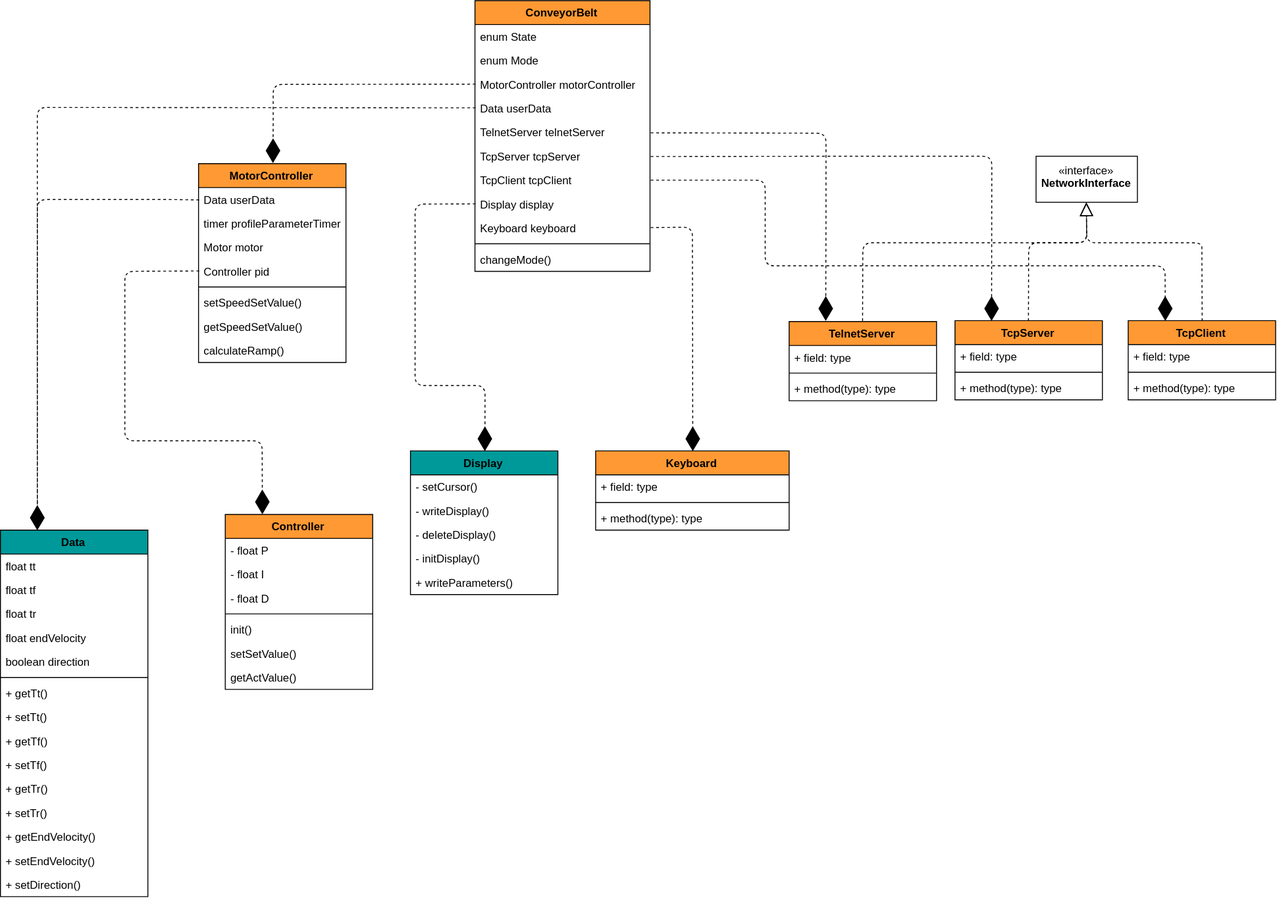
nicolai-schwartze/EBS2_Conveyer_Belt keeps this draw.io diagram as Documentation/UML Diagrams/classDiagram/ClassDiagram.svg. Above is the earlier version. Source tidied: cells renumbered, new cells last; positions are measured from the earlier drawing's top-left corner, leaving out a move shared by most shapes.
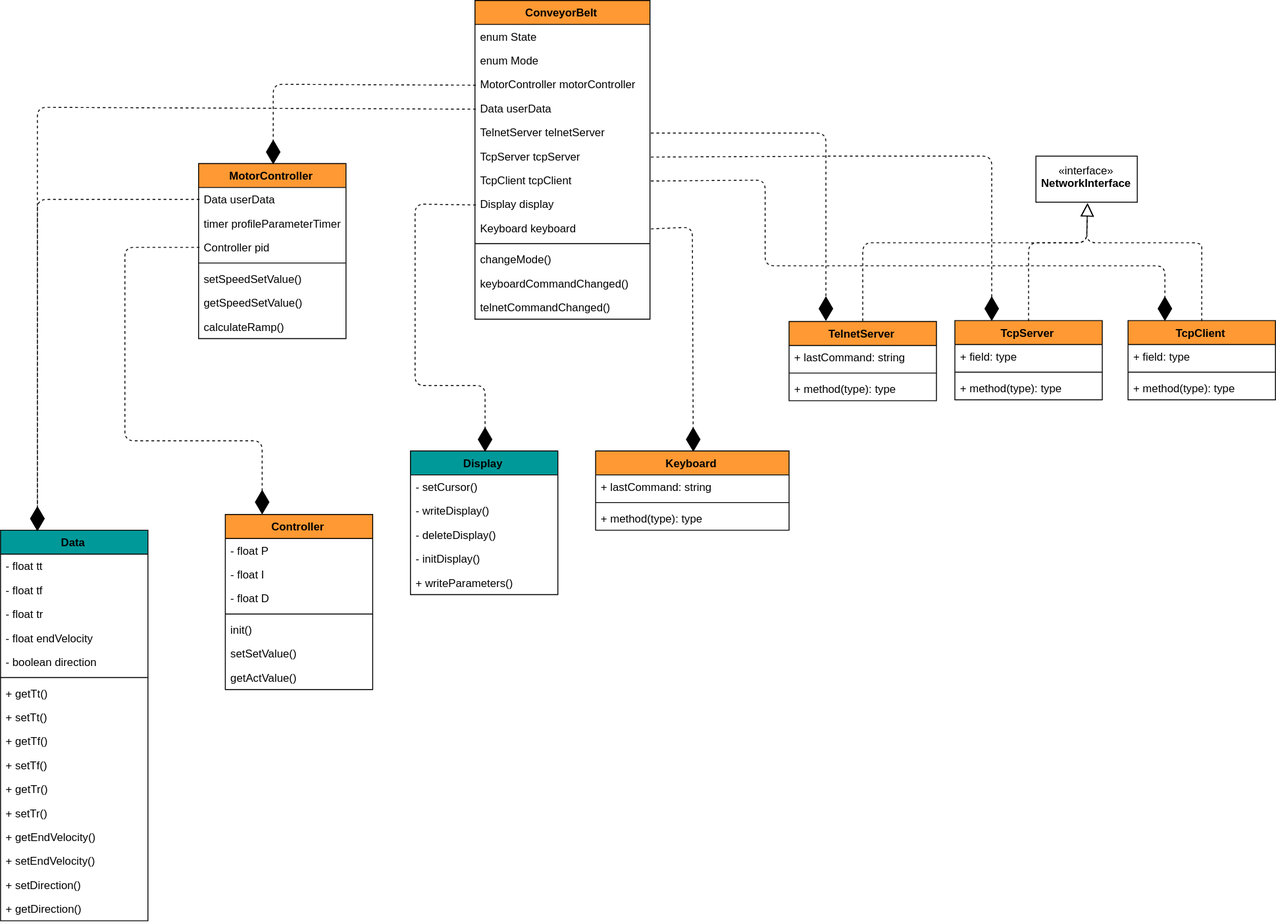
The same file after the commit.

What changed in the source:
```diff
@@ -3,7 +3,7 @@
     <mxCell id="0" />
     <mxCell id="1" parent="0" />
     <mxCell id="2" value="MotorController" style="swimlane;fontStyle=1;align=center;verticalAlign=top;horizontal=1;startSize=26;fillColor=#FF9933;" parent="1" vertex="1">
-      <mxGeometry x="215" y="177" width="160" height="216" as="geometry" />
+      <mxGeometry x="215" y="177" width="160" height="190" as="geometry" />
     </mxCell>
     <mxCell id="3" value="Data userData" style="text;strokeColor=none;fillColor=none;align=left;verticalAlign=top;spacingLeft=4;spacingRight=4;overflow=hidden;points=[[0,0.5],[1,0.5]];portConstraint=eastwest;" parent="2" vertex="1">
       <mxGeometry y="26" width="160" height="26" as="geometry" />
@@ -11,23 +11,20 @@
     <mxCell id="4" value="timer profileParameterTimer" style="text;strokeColor=none;fillColor=none;align=left;verticalAlign=top;spacingLeft=4;spacingRight=4;overflow=hidden;" parent="2" vertex="1">
       <mxGeometry y="52" width="160" height="26" as="geometry" />
     </mxCell>
-    <mxCell id="5" value="Motor motor" style="text;strokeColor=none;fillColor=none;align=left;verticalAlign=top;spacingLeft=4;spacingRight=4;overflow=hidden;" parent="2" vertex="1">
-      <mxGeometry y="78" width="160" height="26" as="geometry" />
-    </mxCell>
     <mxCell id="6" value="Controller pid" style="text;strokeColor=none;fillColor=none;align=left;verticalAlign=top;spacingLeft=4;spacingRight=4;overflow=hidden;points=[[0,0.5],[1,0.5]];portConstraint=eastwest;" parent="2" vertex="1">
-      <mxGeometry y="104" width="160" height="26" as="geometry" />
+      <mxGeometry y="78" width="160" height="26" as="geometry" />
     </mxCell>
     <mxCell id="7" style="line;strokeWidth=1;fillColor=none;align=left;verticalAlign=middle;spacingTop=-1;spacingLeft=3;spacingRight=3;labelPosition=right;" parent="2" vertex="1">
-      <mxGeometry y="130" width="160" height="8" as="geometry" />
+      <mxGeometry y="104" width="160" height="8" as="geometry" />
     </mxCell>
     <mxCell id="8" value="setSpeedSetValue()" style="text;strokeColor=none;fillColor=none;align=left;verticalAlign=top;spacingLeft=4;spacingRight=4;overflow=hidden;" parent="2" vertex="1">
-      <mxGeometry y="138" width="160" height="26" as="geometry" />
+      <mxGeometry y="112" width="160" height="26" as="geometry" />
     </mxCell>
     <mxCell id="9" value="getSpeedSetValue()" style="text;strokeColor=none;fillColor=none;align=left;verticalAlign=top;spacingLeft=4;spacingRight=4;overflow=hidden;" parent="2" vertex="1">
-      <mxGeometry y="164" width="160" height="26" as="geometry" />
+      <mxGeometry y="138" width="160" height="26" as="geometry" />
     </mxCell>
     <mxCell id="10" value="calculateRamp()" style="text;strokeColor=none;fillColor=none;align=left;verticalAlign=top;spacingLeft=4;spacingRight=4;overflow=hidden;" parent="2" vertex="1">
-      <mxGeometry y="190" width="160" height="26" as="geometry" />
+      <mxGeometry y="164" width="160" height="26" as="geometry" />
     </mxCell>
     <mxCell id="11" value="Display" style="swimlane;fontStyle=1;align=center;verticalAlign=top;horizontal=1;startSize=26;fillColor=#009999;" parent="1" vertex="1">
       <mxGeometry x="445" y="489" width="160" height="156" as="geometry" />
@@ -48,21 +45,21 @@
       <mxGeometry y="130" width="160" height="26" as="geometry" />
     </mxCell>
     <mxCell id="17" value="Data" style="swimlane;fontStyle=1;align=center;verticalAlign=top;horizontal=1;startSize=26;fillColor=#009999;" parent="1" vertex="1">
-      <mxGeometry y="575" width="160" height="398" as="geometry" />
+      <mxGeometry y="575" width="160" height="424" as="geometry" />
     </mxCell>
-    <mxCell id="18" value="float tt" style="text;strokeColor=none;fillColor=none;align=left;verticalAlign=top;spacingLeft=4;spacingRight=4;overflow=hidden;" parent="17" vertex="1">
+    <mxCell id="18" value="- float tt" style="text;strokeColor=none;fillColor=none;align=left;verticalAlign=top;spacingLeft=4;spacingRight=4;overflow=hidden;" parent="17" vertex="1">
       <mxGeometry y="26" width="160" height="26" as="geometry" />
     </mxCell>
-    <mxCell id="19" value="float tf" style="text;strokeColor=none;fillColor=none;align=left;verticalAlign=top;spacingLeft=4;spacingRight=4;overflow=hidden;" parent="17" vertex="1">
+    <mxCell id="19" value="- float tf" style="text;strokeColor=none;fillColor=none;align=left;verticalAlign=top;spacingLeft=4;spacingRight=4;overflow=hidden;" parent="17" vertex="1">
       <mxGeometry y="52" width="160" height="26" as="geometry" />
     </mxCell>
-    <mxCell id="20" value="float tr" style="text;strokeColor=none;fillColor=none;align=left;verticalAlign=top;spacingLeft=4;spacingRight=4;overflow=hidden;" parent="17" vertex="1">
+    <mxCell id="20" value="- float tr" style="text;strokeColor=none;fillColor=none;align=left;verticalAlign=top;spacingLeft=4;spacingRight=4;overflow=hidden;" parent="17" vertex="1">
       <mxGeometry y="78" width="160" height="26" as="geometry" />
     </mxCell>
-    <mxCell id="21" value="float endVelocity" style="text;strokeColor=none;fillColor=none;align=left;verticalAlign=top;spacingLeft=4;spacingRight=4;overflow=hidden;" parent="17" vertex="1">
+    <mxCell id="21" value="- float endVelocity" style="text;strokeColor=none;fillColor=none;align=left;verticalAlign=top;spacingLeft=4;spacingRight=4;overflow=hidden;" parent="17" vertex="1">
       <mxGeometry y="104" width="160" height="26" as="geometry" />
     </mxCell>
-    <mxCell id="22" value="boolean direction" style="text;strokeColor=none;fillColor=none;align=left;verticalAlign=top;spacingLeft=4;spacingRight=4;overflow=hidden;" parent="17" vertex="1">
+    <mxCell id="22" value="- boolean direction" style="text;strokeColor=none;fillColor=none;align=left;verticalAlign=top;spacingLeft=4;spacingRight=4;overflow=hidden;" parent="17" vertex="1">
       <mxGeometry y="130" width="160" height="26" as="geometry" />
     </mxCell>
     <mxCell id="23" style="line;strokeWidth=1;fillColor=none;align=left;verticalAlign=middle;spacingTop=-1;spacingLeft=3;spacingRight=3;labelPosition=right;" parent="17" vertex="1">
@@ -95,6 +92,9 @@
     <mxCell id="32" value="+ setDirection()" style="text;strokeColor=none;fillColor=none;align=left;verticalAlign=top;spacingLeft=4;spacingRight=4;overflow=hidden;" parent="17" vertex="1">
       <mxGeometry y="372" width="160" height="26" as="geometry" />
     </mxCell>
+    <mxCell id="82" value="+ getDirection()" style="text;strokeColor=none;fillColor=none;align=left;verticalAlign=top;spacingLeft=4;spacingRight=4;overflow=hidden;" parent="17" vertex="1">
+      <mxGeometry y="398" width="160" height="26" as="geometry" />
+    </mxCell>
     <mxCell id="33" style="endArrow=diamondThin;endFill=1;endSize=24;html=1;dashed=1;exitX=0;exitY=0.5;exitDx=0;exitDy=0;entryX=0.25;entryY=0;entryDx=0;entryDy=0;" parent="1" edge="1" source="3" target="17">
       <mxGeometry relative="1" as="geometry">
         <Array as="points">
@@ -131,7 +131,7 @@
     <mxCell id="42" style="endArrow=diamondThin;endFill=1;endSize=24;html=1;dashed=1;entryX=0.25;entryY=0;entryDx=0;entryDy=0;exitX=0;exitY=0.5;exitDx=0;exitDy=0;" parent="1" edge="1" source="6" target="34">
       <mxGeometry relative="1" as="geometry">
         <Array as="points">
-          <mxPoint x="135" y="294" />
+          <mxPoint x="135" y="268" />
           <mxPoint x="135" y="359" />
           <mxPoint x="135" y="478" />
           <mxPoint x="284" y="478" />
@@ -193,7 +193,7 @@
     <mxCell id="55" value="Keyboard" style="swimlane;fontStyle=1;align=center;verticalAlign=top;horizontal=1;startSize=26;fillColor=#FF9933;" parent="1" vertex="1">
       <mxGeometry x="646" y="489" width="210" height="86" as="geometry" />
     </mxCell>
-    <mxCell id="56" value="+ field: type" style="text;strokeColor=none;fillColor=none;align=left;verticalAlign=top;spacingLeft=4;spacingRight=4;overflow=hidden;" parent="55" vertex="1">
+    <mxCell id="56" value="+ lastCommand: string" style="text;strokeColor=none;fillColor=none;align=left;verticalAlign=top;spacingLeft=4;spacingRight=4;overflow=hidden;" parent="55" vertex="1">
       <mxGeometry y="26" width="210" height="26" as="geometry" />
     </mxCell>
     <mxCell id="57" style="line;strokeWidth=1;fillColor=none;align=left;verticalAlign=middle;spacingTop=-1;spacingLeft=3;spacingRight=3;labelPosition=right;" parent="55" vertex="1">
@@ -203,7 +203,7 @@
       <mxGeometry y="60" width="210" height="26" as="geometry" />
     </mxCell>
     <mxCell id="59" value="ConveyorBelt" style="swimlane;fontStyle=1;align=center;verticalAlign=top;horizontal=1;startSize=26;fillColor=#FF9933;" parent="1" vertex="1">
-      <mxGeometry x="515" width="190" height="294" as="geometry" />
+      <mxGeometry x="515" width="190" height="346" as="geometry" />
     </mxCell>
     <mxCell id="60" value="enum State" style="text;strokeColor=none;fillColor=none;align=left;verticalAlign=top;spacingLeft=4;spacingRight=4;overflow=hidden;" parent="59" vertex="1">
       <mxGeometry y="26" width="190" height="26" as="geometry" />
@@ -238,10 +238,16 @@
     <mxCell id="70" value="changeMode()" style="text;strokeColor=none;fillColor=none;align=left;verticalAlign=top;spacingLeft=4;spacingRight=4;overflow=hidden;" parent="59" vertex="1">
       <mxGeometry y="268" width="190" height="26" as="geometry" />
     </mxCell>
+    <mxCell id="83" value="keyboardCommandChanged()" style="text;strokeColor=none;fillColor=none;align=left;verticalAlign=top;spacingLeft=4;spacingRight=4;overflow=hidden;" parent="59" vertex="1">
+      <mxGeometry y="294" width="190" height="26" as="geometry" />
+    </mxCell>
+    <mxCell id="84" value="telnetCommandChanged()" style="text;strokeColor=none;fillColor=none;align=left;verticalAlign=top;spacingLeft=4;spacingRight=4;overflow=hidden;" parent="59" vertex="1">
+      <mxGeometry y="320" width="190" height="26" as="geometry" />
+    </mxCell>
     <mxCell id="71" value="TelnetServer" style="swimlane;fontStyle=1;align=center;verticalAlign=top;horizontal=1;startSize=26;fillColor=#FF9933;" parent="1" vertex="1">
       <mxGeometry x="856" y="348.5" width="160" height="86" as="geometry" />
     </mxCell>
-    <mxCell id="72" value="+ field: type" style="text;strokeColor=none;fillColor=none;align=left;verticalAlign=top;spacingLeft=4;spacingRight=4;overflow=hidden;" parent="71" vertex="1">
+    <mxCell id="72" value="+ lastCommand: string" style="text;strokeColor=none;fillColor=none;align=left;verticalAlign=top;spacingLeft=4;spacingRight=4;overflow=hidden;" parent="71" vertex="1">
       <mxGeometry y="26" width="160" height="26" as="geometry" />
     </mxCell>
     <mxCell id="73" style="line;strokeWidth=1;fillColor=none;align=left;verticalAlign=middle;spacingTop=-1;spacingLeft=3;spacingRight=3;labelPosition=right;" parent="71" vertex="1">
```
